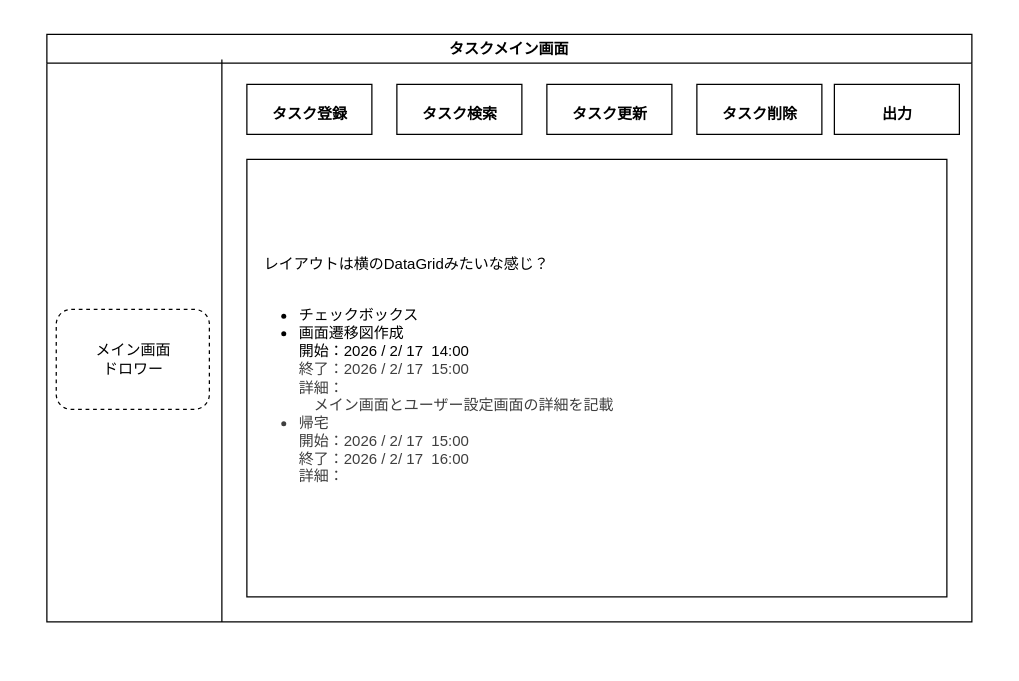
This is doc/02_基本設計/タスクメイン画面.drawio from kamiya-daiki/SpringBoot4-Portfolio, a draw.io file, before an edit. Source tidied: cells renumbered, new cells numbered last; positions are measured from the earlier drawing's top-left corner, leaving out a move shared by most shapes. Both pictures are drawn from the tidied source at 125%, with x=0, y=0 at pixel (46, 34).
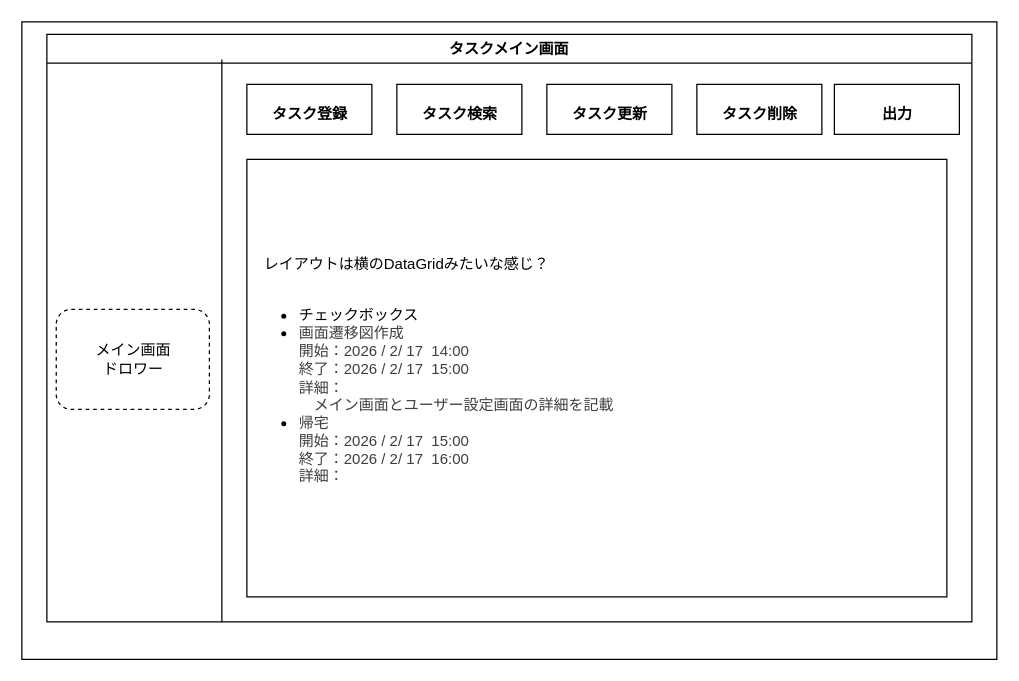
The same page after the edit.

Diff of the diagram source:
```diff
@@
 <mxGraphModel>
   <root>
     <mxCell id="0" />
     <mxCell id="1" parent="0" />
+    <mxCell id="11" style="whiteSpace=wrap;html=1;fillColor=none;direction=south;" parent="1" vertex="1">
+      <mxGeometry x="-20" y="-10" width="780" height="510" as="geometry" />
+    </mxCell>
-    <mxCell id="2" value="&lt;div&gt;　レイアウトは横のDataGridみたいな感じ？&lt;/div&gt;&lt;div&gt;&lt;br&gt;&lt;/div&gt;&lt;ul&gt;&lt;li&gt;チェックボックス&lt;/li&gt;&lt;li&gt;画面遷移図作成&lt;br&gt;開始：2026 / 2/ 17&amp;nbsp; 14:00&lt;br&gt;&lt;span style=&quot;color: rgb(63, 63, 63);&quot;&gt;終了：2026 / 2/ 17&amp;nbsp; 15:00&lt;br&gt;詳細：&lt;br&gt;　メイン画面とユーザー設定画面の詳細を記載&lt;/span&gt;&lt;/li&gt;&lt;li style=&quot;color: rgb(63, 63, 63); scrollbar-color: rgb(226, 226, 226) rgb(251, 251, 251);&quot;&gt;帰宅&lt;br style=&quot;color: rgb(63, 63, 63); scrollbar-color: rgb(226, 226, 226) rgb(251, 251, 251);&quot;&gt;開始：2026 / 2/ 17&amp;nbsp; 15:00&lt;br style=&quot;color: rgb(63, 63, 63); scrollbar-color: rgb(226, 226, 226) rgb(251, 251, 251);&quot;&gt;&lt;span style=&quot;color: rgb(63, 63, 63); scrollbar-color: rgb(226, 226, 226) rgb(251, 251, 251);&quot;&gt;終了：2026 / 2/ 17&amp;nbsp; 16:00&lt;br style=&quot;color: rgb(63, 63, 63); scrollbar-color: rgb(226, 226, 226) rgb(251, 251, 251);&quot;&gt;詳細：&lt;br&gt;&lt;/span&gt;&lt;/li&gt;&lt;/ul&gt;" style="text;strokeColor=default;fillColor=none;html=1;whiteSpace=wrap;verticalAlign=middle;overflow=hidden;" parent="1" vertex="1">
+    <mxCell id="2" value="&lt;div&gt;&lt;font style=&quot;color: light-dark(rgb(0, 0, 0), rgb(255, 255, 255));&quot;&gt;　レイアウトは横のDataGridみたいな感じ？&lt;/font&gt;&lt;/div&gt;&lt;div&gt;&lt;font style=&quot;color: light-dark(rgb(0, 0, 0), rgb(255, 255, 255));&quot;&gt;&lt;br&gt;&lt;/font&gt;&lt;/div&gt;&lt;ul&gt;&lt;li&gt;&lt;font style=&quot;color: light-dark(rgb(0, 0, 0), rgb(255, 255, 255));&quot;&gt;チェックボックス&lt;/font&gt;&lt;/li&gt;&lt;li&gt;&lt;font style=&quot;&quot;&gt;&lt;font style=&quot;color: light-dark(rgb(63, 63, 63), rgb(255, 255, 255));&quot;&gt;画面遷移図作成&lt;/font&gt;&lt;br&gt;&lt;font style=&quot;color: light-dark(rgb(63, 63, 63), rgb(255, 255, 255));&quot;&gt;開始：2026 / 2/ 17&amp;nbsp; 14:00&lt;/font&gt;&lt;br&gt;&lt;span style=&quot;color: rgb(63, 63, 63);&quot;&gt;&lt;font style=&quot;color: light-dark(rgb(63, 63, 63), rgb(255, 255, 255));&quot;&gt;終了：2026 / 2/ 17&amp;nbsp; 15:00&lt;br&gt;詳細：&lt;br&gt;　メイン画面とユーザー設定画面の詳細を記載&lt;/font&gt;&lt;/span&gt;&lt;/font&gt;&lt;/li&gt;&lt;li style=&quot;scrollbar-color: rgb(226, 226, 226) rgb(251, 251, 251);&quot;&gt;&lt;font style=&quot;color: light-dark(rgb(63, 63, 63), rgb(255, 255, 255));&quot;&gt;帰宅&lt;br style=&quot;scrollbar-color: rgb(226, 226, 226) rgb(251, 251, 251);&quot;&gt;開始：2026 / 2/ 17&amp;nbsp; 15:00&lt;br style=&quot;scrollbar-color: rgb(226, 226, 226) rgb(251, 251, 251);&quot;&gt;&lt;/font&gt;&lt;span style=&quot;scrollbar-color: rgb(226, 226, 226) rgb(251, 251, 251);&quot;&gt;&lt;font style=&quot;color: light-dark(rgb(63, 63, 63), rgb(255, 255, 255));&quot;&gt;終了：2026 / 2/ 17&amp;nbsp; 16:00&lt;br style=&quot;scrollbar-color: rgb(226, 226, 226) rgb(251, 251, 251);&quot;&gt;詳細：&lt;/font&gt;&lt;br&gt;&lt;/span&gt;&lt;/li&gt;&lt;/ul&gt;" style="text;strokeColor=default;fillColor=none;html=1;verticalAlign=middle;overflow=hidden;whiteSpace=wrap;" parent="1" vertex="1">
       <mxGeometry x="160" y="100" width="560" height="350" as="geometry" />
     </mxCell>
-    <mxCell id="3" value="タスクメイン画面" style="swimlane;whiteSpace=wrap;html=1;fontColor=light-dark(#000000,#FFFFFF);" parent="1" vertex="1">
+    <mxCell id="3" value="タスクメイン画面" style="swimlane;whiteSpace=wrap;html=1;fontColor=light-dark(#000000,#FFFFFF);fillColor=none;" parent="1" vertex="1">
       <mxGeometry width="740" height="470" as="geometry" />
     </mxCell>
     <mxCell id="4" value="&lt;font style=&quot;font-size: 12px; line-height: 100%;&quot;&gt;タスク更新&lt;/font&gt;" style="text;html=1;fontSize=24;fontStyle=1;verticalAlign=middle;align=center;strokeColor=default;" parent="3" vertex="1">
       <mxGeometry x="400" y="40" width="100" height="40" as="geometry" />
     </mxCell>
     <mxCell id="5" value="&lt;span style=&quot;font-size: 12px;&quot;&gt;タスク検索&lt;/span&gt;" style="text;html=1;fontSize=24;fontStyle=1;verticalAlign=middle;align=center;strokeColor=default;" parent="3" vertex="1">
       <mxGeometry x="280" y="40" width="100" height="40" as="geometry" />
     </mxCell>
     <mxCell id="6" value="&lt;font style=&quot;font-size: 12px; line-height: 100%;&quot;&gt;出力&lt;/font&gt;" style="text;html=1;fontSize=24;fontStyle=1;verticalAlign=middle;align=center;strokeColor=default;" parent="3" vertex="1">
       <mxGeometry x="630" y="40" width="100" height="40" as="geometry" />
     </mxCell>
     <mxCell id="7" value="&lt;font style=&quot;font-size: 12px; line-height: 100%;&quot;&gt;タスク登録&lt;/font&gt;" style="text;html=1;fontSize=24;fontStyle=1;verticalAlign=middle;align=center;strokeColor=default;" parent="3" vertex="1">
       <mxGeometry x="160" y="40" width="100" height="40" as="geometry" />
     </mxCell>
     <mxCell id="8" style="endArrow=none;html=1;exitX=0.25;exitY=1;exitDx=0;exitDy=0;" parent="3" edge="1">
       <mxGeometry relative="1" as="geometry">
         <mxPoint x="140" y="470" as="sourcePoint" />
         <mxPoint x="140" y="20" as="targetPoint" />
       </mxGeometry>
     </mxCell>
-    <mxCell id="9" value="&lt;span style=&quot;text-wrap-mode: nowrap;&quot;&gt;&lt;font style=&quot;color: light-dark(rgb(0, 0, 0), rgb(255, 255, 255));&quot;&gt;メイン画面&lt;/font&gt;&lt;/span&gt;&lt;div&gt;&lt;span style=&quot;text-wrap-mode: nowrap; background-color: transparent; color: rgb(192, 192, 192);&quot;&gt;&lt;font style=&quot;color: light-dark(rgb(0, 0, 0), rgb(255, 255, 255));&quot;&gt;ドロワー&lt;/font&gt;&lt;/span&gt;&lt;/div&gt;" style="rounded=1;whiteSpace=wrap;html=1;dashed=1;fontColor=light-dark(#000000,#FFFFFF);" parent="3" vertex="1">
+    <mxCell id="9" value="&lt;span style=&quot;text-wrap-mode: nowrap;&quot;&gt;&lt;font style=&quot;color: light-dark(rgb(0, 0, 0), rgb(255, 255, 255));&quot;&gt;メイン画面&lt;/font&gt;&lt;/span&gt;&lt;div&gt;&lt;span style=&quot;text-wrap-mode: nowrap; background-color: transparent; color: rgb(192, 192, 192);&quot;&gt;&lt;font style=&quot;color: light-dark(rgb(0, 0, 0), rgb(255, 255, 255));&quot;&gt;ドロワー&lt;/font&gt;&lt;/span&gt;&lt;/div&gt;" style="rounded=1;whiteSpace=wrap;html=1;dashed=1;fontColor=light-dark(#000000,#FFFFFF);fillColor=none;" parent="3" vertex="1">
       <mxGeometry x="7.5" y="220" width="122.5" height="80" as="geometry" />
     </mxCell>
     <mxCell id="10" value="&lt;font style=&quot;font-size: 12px; line-height: 100%;&quot;&gt;タスク削除&lt;/font&gt;" style="text;html=1;fontSize=24;fontStyle=1;verticalAlign=middle;align=center;strokeColor=default;" parent="3" vertex="1">
       <mxGeometry x="520" y="40" width="100" height="40" as="geometry" />
     </mxCell>
   </root>
 </mxGraphModel>
```
